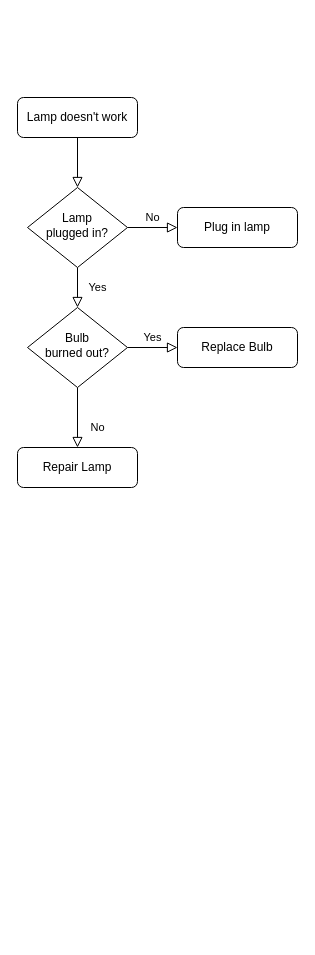
This is 未命名绘图.drawio from dev-dylan/draw.io, a draw.io file, before an edit. Source tidied: cells renumbered, new cells numbered last; positions are measured from the earlier drawing's top-left corner, leaving out a move shared by most shapes. Both pictures are drawn from the tidied source at 100%, with x=0, y=0 at pixel (17, 97).
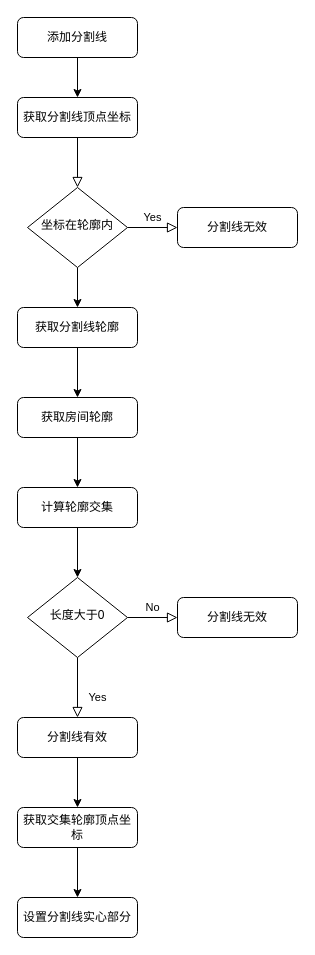
Above is the later version.

Commit message:
地图分隔方案.drawio

Change to the diagram source:
```diff
@@
-    <mxCell id="3" value="Lamp doesn't work" style="rounded=1;whiteSpace=wrap;html=1;fontSize=12;glass=0;strokeWidth=1;shadow=0;" parent="1" vertex="1">
+    <mxCell id="3" value="获取分割线顶点坐标" style="rounded=1;whiteSpace=wrap;html=1;fontSize=12;glass=0;strokeWidth=1;shadow=0;" parent="1" vertex="1">
       <mxGeometry width="120" height="40" as="geometry" />
     </mxCell>
-    <mxCell id="4" value="Yes" style="rounded=0;html=1;jettySize=auto;fontSize=11;endArrow=block;endFill=0;endSize=8;strokeWidth=1;shadow=0;labelBackgroundColor=none;edgeStyle=orthogonalEdgeStyle;" parent="1" edge="1" source="6" target="10">
-      <mxGeometry y="20" relative="1" as="geometry" />
-    </mxCell>
-    <mxCell id="5" value="No" style="edgeStyle=orthogonalEdgeStyle;rounded=0;html=1;jettySize=auto;fontSize=11;endArrow=block;endFill=0;endSize=8;strokeWidth=1;shadow=0;labelBackgroundColor=none;" parent="1" edge="1" source="6" target="7">
+    <mxCell id="5" value="Yes" style="edgeStyle=orthogonalEdgeStyle;rounded=0;html=1;jettySize=auto;fontSize=11;endArrow=block;endFill=0;endSize=8;strokeWidth=1;shadow=0;labelBackgroundColor=none;" parent="1" edge="1" source="6" target="7">
       <mxGeometry y="10" relative="1" as="geometry" />
     </mxCell>
+    <mxCell id="13" style="edgeStyle=orthogonalEdgeStyle;rounded=0;jettySize=auto;html=1;exitX=0.5;exitY=1;exitDx=0;exitDy=0;" parent="1" edge="1" source="6" target="18">
+      <mxGeometry relative="1" as="geometry" />
+    </mxCell>
-    <mxCell id="6" value="Lamp&lt;br&gt;plugged in?" style="rhombus;whiteSpace=wrap;html=1;shadow=0;fontFamily=Helvetica;fontSize=12;align=center;strokeWidth=1;spacing=6;spacingTop=-4;" parent="1" vertex="1">
+    <mxCell id="6" value="坐标在轮廓内" style="rhombus;whiteSpace=wrap;html=1;shadow=0;fontFamily=Helvetica;fontSize=12;align=center;strokeWidth=1;spacing=6;spacingTop=-4;" parent="1" vertex="1">
       <mxGeometry x="10" y="90" width="100" height="80" as="geometry" />
     </mxCell>
-    <mxCell id="7" value="Plug in lamp" style="rounded=1;whiteSpace=wrap;html=1;fontSize=12;glass=0;strokeWidth=1;shadow=0;" parent="1" vertex="1">
+    <mxCell id="7" value="分割线无效" style="rounded=1;whiteSpace=wrap;html=1;fontSize=12;glass=0;strokeWidth=1;shadow=0;" parent="1" vertex="1">
       <mxGeometry x="160" y="110" width="120" height="40" as="geometry" />
     </mxCell>
-    <mxCell id="8" value="No" style="rounded=0;html=1;jettySize=auto;fontSize=11;endArrow=block;endFill=0;endSize=8;strokeWidth=1;shadow=0;labelBackgroundColor=none;edgeStyle=orthogonalEdgeStyle;" parent="1" edge="1" source="10" target="11">
+    <mxCell id="8" value="Yes" style="rounded=0;html=1;jettySize=auto;fontSize=11;endArrow=block;endFill=0;endSize=8;strokeWidth=1;shadow=0;labelBackgroundColor=none;edgeStyle=orthogonalEdgeStyle;" parent="1" edge="1" source="10" target="11">
       <mxGeometry x="0.33" y="20" relative="1" as="geometry" />
     </mxCell>
-    <mxCell id="9" value="Yes" style="edgeStyle=orthogonalEdgeStyle;rounded=0;html=1;jettySize=auto;fontSize=11;endArrow=block;endFill=0;endSize=8;strokeWidth=1;shadow=0;labelBackgroundColor=none;" parent="1" edge="1" source="10" target="12">
+    <mxCell id="9" value="No" style="edgeStyle=orthogonalEdgeStyle;rounded=0;html=1;jettySize=auto;fontSize=11;endArrow=block;endFill=0;endSize=8;strokeWidth=1;shadow=0;labelBackgroundColor=none;" parent="1" edge="1" source="10" target="12">
       <mxGeometry y="10" relative="1" as="geometry" />
     </mxCell>
-    <mxCell id="10" value="Bulb&lt;br&gt;burned out?" style="rhombus;whiteSpace=wrap;html=1;shadow=0;fontFamily=Helvetica;fontSize=12;align=center;strokeWidth=1;spacing=6;spacingTop=-4;" parent="1" vertex="1">
-      <mxGeometry x="10" y="210" width="100" height="80" as="geometry" />
+    <mxCell id="10" value="长度大于0" style="rhombus;whiteSpace=wrap;html=1;shadow=0;fontFamily=Helvetica;fontSize=12;align=center;strokeWidth=1;spacing=6;spacingTop=-4;" parent="1" vertex="1">
+      <mxGeometry x="10" y="480" width="100" height="80" as="geometry" />
     </mxCell>
+    <mxCell id="14" style="edgeStyle=orthogonalEdgeStyle;rounded=0;jettySize=auto;html=1;exitX=0.5;exitY=1;exitDx=0;exitDy=0;" parent="1" edge="1" source="11" target="24">
+      <mxGeometry relative="1" as="geometry" />
+    </mxCell>
-    <mxCell id="11" value="Repair Lamp" style="rounded=1;whiteSpace=wrap;html=1;fontSize=12;glass=0;strokeWidth=1;shadow=0;" parent="1" vertex="1">
-      <mxGeometry y="350" width="120" height="40" as="geometry" />
+    <mxCell id="11" value="分割线有效" style="rounded=1;whiteSpace=wrap;html=1;fontSize=12;glass=0;strokeWidth=1;shadow=0;" parent="1" vertex="1">
+      <mxGeometry y="620" width="120" height="40" as="geometry" />
     </mxCell>
-    <mxCell id="12" value="Replace Bulb" style="rounded=1;whiteSpace=wrap;html=1;fontSize=12;glass=0;strokeWidth=1;shadow=0;" parent="1" vertex="1">
-      <mxGeometry x="160" y="230" width="120" height="40" as="geometry" />
+    <mxCell id="12" value="分割线无效" style="rounded=1;whiteSpace=wrap;html=1;fontSize=12;glass=0;strokeWidth=1;shadow=0;" parent="1" vertex="1">
+      <mxGeometry x="160" y="500" width="120" height="40" as="geometry" />
     </mxCell>
+    <mxCell id="15" style="edgeStyle=orthogonalEdgeStyle;rounded=0;jettySize=auto;html=1;exitX=0.5;exitY=1;exitDx=0;exitDy=0;" parent="1" edge="1" source="16" target="3">
+      <mxGeometry relative="1" as="geometry" />
+    </mxCell>
+    <mxCell id="16" value="添加分割线" style="rounded=1;whiteSpace=wrap;html=1;fontSize=12;glass=0;strokeWidth=1;shadow=0;" parent="1" vertex="1">
+      <mxGeometry y="-80" width="120" height="40" as="geometry" />
+    </mxCell>
+    <mxCell id="17" style="edgeStyle=orthogonalEdgeStyle;rounded=0;jettySize=auto;html=1;exitX=0.5;exitY=1;exitDx=0;exitDy=0;" parent="1" edge="1" source="18" target="20">
+      <mxGeometry relative="1" as="geometry" />
+    </mxCell>
+    <mxCell id="18" value="获取分割线轮廓" style="rounded=1;whiteSpace=wrap;html=1;fontSize=12;glass=0;strokeWidth=1;shadow=0;" parent="1" vertex="1">
+      <mxGeometry y="210" width="120" height="40" as="geometry" />
+    </mxCell>
+    <mxCell id="19" style="edgeStyle=orthogonalEdgeStyle;rounded=0;jettySize=auto;html=1;exitX=0.5;exitY=1;exitDx=0;exitDy=0;" parent="1" edge="1" source="20" target="22">
+      <mxGeometry relative="1" as="geometry" />
+    </mxCell>
+    <mxCell id="20" value="获取房间轮廓" style="rounded=1;whiteSpace=wrap;html=1;fontSize=12;glass=0;strokeWidth=1;shadow=0;" parent="1" vertex="1">
+      <mxGeometry y="300" width="120" height="40" as="geometry" />
+    </mxCell>
+    <mxCell id="21" style="edgeStyle=orthogonalEdgeStyle;rounded=0;jettySize=auto;html=1;exitX=0.5;exitY=1;exitDx=0;exitDy=0;" parent="1" edge="1" source="22" target="10">
+      <mxGeometry relative="1" as="geometry" />
+    </mxCell>
+    <mxCell id="22" value="计算轮廓交集" style="rounded=1;whiteSpace=wrap;html=1;fontSize=12;glass=0;strokeWidth=1;shadow=0;" parent="1" vertex="1">
+      <mxGeometry y="390" width="120" height="40" as="geometry" />
+    </mxCell>
+    <mxCell id="23" style="edgeStyle=orthogonalEdgeStyle;rounded=0;jettySize=auto;html=1;exitX=0.5;exitY=1;exitDx=0;exitDy=0;" parent="1" edge="1" source="24" target="25">
+      <mxGeometry relative="1" as="geometry" />
+    </mxCell>
+    <mxCell id="24" value="获取交集轮廓顶点坐标" style="rounded=1;whiteSpace=wrap;html=1;fontSize=12;glass=0;strokeWidth=1;shadow=0;" parent="1" vertex="1">
+      <mxGeometry y="710" width="120" height="40" as="geometry" />
+    </mxCell>
+    <mxCell id="25" value="设置分割线实心部分" style="rounded=1;whiteSpace=wrap;html=1;fontSize=12;glass=0;strokeWidth=1;shadow=0;" parent="1" vertex="1">
+      <mxGeometry y="800" width="120" height="40" as="geometry" />
+    </mxCell>
```
